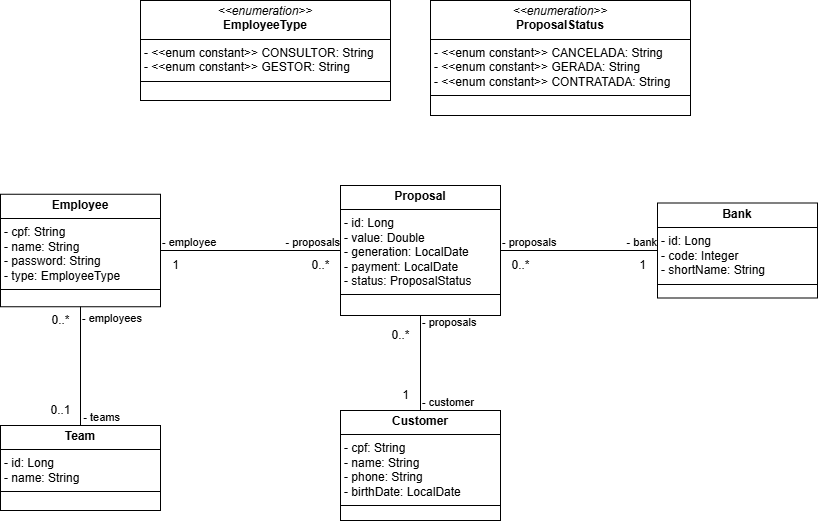
Before: documents/diagrama_de_classe.png, a diagram exported from draw.io (Hilan-CP/JSF-corban-multibancos). Source tidied: cells renumbered, new cells last; positions are measured from the earlier drawing's top-left corner, leaving out a move shared by most shapes.
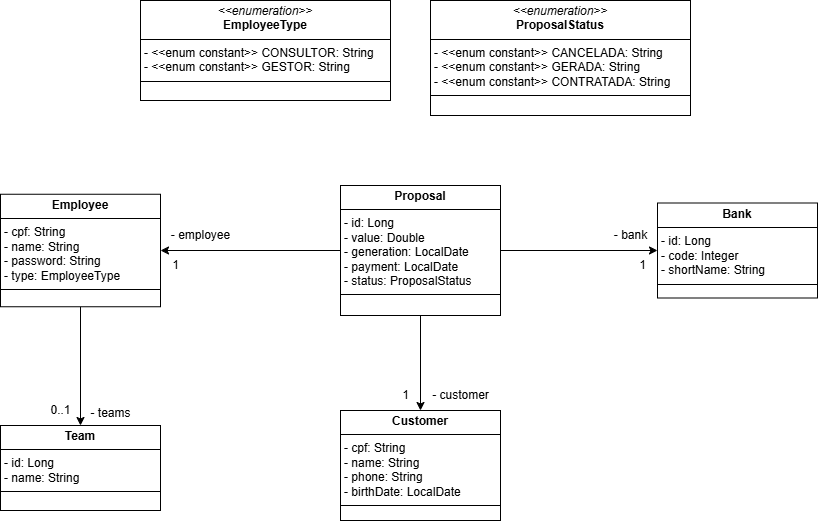
Above is the later version.

Commit message:
Revisão de requisitos e diagramas

Diff of the diagram source:
```diff
@@ -2,6 +2,9 @@
   <root>
     <mxCell id="0" />
     <mxCell id="1" parent="0" />
+    <mxCell id="8" style="edgeStyle=orthogonalEdgeStyle;rounded=0;jettySize=auto;html=1;entryX=0.5;entryY=0;entryDx=0;entryDy=0;" parent="1" edge="1" source="2" target="3">
+      <mxGeometry relative="1" as="geometry" />
+    </mxCell>
     <mxCell id="2" value="&lt;p style=&quot;margin:0px;margin-top:4px;text-align:center;&quot;&gt;&lt;b&gt;Employee&lt;/b&gt;&lt;/p&gt;&lt;hr size=&quot;1&quot; style=&quot;border-style:solid;&quot;&gt;&lt;p style=&quot;margin:0px;margin-left:4px;&quot;&gt;- cpf: String&lt;/p&gt;&lt;p style=&quot;margin:0px;margin-left:4px;&quot;&gt;- name: String&lt;/p&gt;&lt;p style=&quot;margin:0px;margin-left:4px;&quot;&gt;- password: String&lt;/p&gt;&lt;p style=&quot;margin:0px;margin-left:4px;&quot;&gt;- type: EmployeeType&lt;/p&gt;&lt;hr size=&quot;1&quot; style=&quot;border-style:solid;&quot;&gt;&lt;p style=&quot;margin:0px;margin-left:4px;&quot;&gt;&lt;br&gt;&lt;/p&gt;" style="verticalAlign=top;align=left;overflow=fill;html=1;whiteSpace=wrap;" parent="1" vertex="1">
       <mxGeometry y="193.8" width="160" height="112.5" as="geometry" />
     </mxCell>
@@ -14,82 +17,47 @@
     <mxCell id="5" value="&lt;p style=&quot;margin:0px;margin-top:4px;text-align:center;&quot;&gt;&lt;b&gt;Bank&lt;/b&gt;&lt;/p&gt;&lt;hr size=&quot;1&quot; style=&quot;border-style:solid;&quot;&gt;&lt;p style=&quot;margin:0px;margin-left:4px;&quot;&gt;- id: Long&lt;/p&gt;&lt;p style=&quot;margin:0px;margin-left:4px;&quot;&gt;- code: Integer&lt;/p&gt;&lt;p style=&quot;margin:0px;margin-left:4px;&quot;&gt;- shortName: String&lt;/p&gt;&lt;hr size=&quot;1&quot; style=&quot;border-style:solid;&quot;&gt;&lt;p style=&quot;margin:0px;margin-left:4px;&quot;&gt;&lt;br&gt;&lt;/p&gt;" style="verticalAlign=top;align=left;overflow=fill;html=1;whiteSpace=wrap;" parent="1" vertex="1">
       <mxGeometry x="657" y="202.5" width="160" height="95" as="geometry" />
     </mxCell>
+    <mxCell id="17" style="edgeStyle=orthogonalEdgeStyle;rounded=0;jettySize=auto;html=1;entryX=0;entryY=0.5;entryDx=0;entryDy=0;" parent="1" edge="1" source="6" target="5">
+      <mxGeometry relative="1" as="geometry" />
+    </mxCell>
+    <mxCell id="12" style="edgeStyle=orthogonalEdgeStyle;rounded=0;jettySize=auto;html=1;entryX=0.5;entryY=0;entryDx=0;entryDy=0;" parent="1" edge="1" source="6" target="4">
+      <mxGeometry relative="1" as="geometry" />
+    </mxCell>
+    <mxCell id="29" style="edgeStyle=orthogonalEdgeStyle;rounded=0;jettySize=auto;html=1;entryX=1;entryY=0.5;entryDx=0;entryDy=0;" parent="1" edge="1" source="6" target="2">
+      <mxGeometry relative="1" as="geometry" />
+    </mxCell>
     <mxCell id="6" value="&lt;p style=&quot;margin:0px;margin-top:4px;text-align:center;&quot;&gt;&lt;b&gt;Proposal&lt;/b&gt;&lt;/p&gt;&lt;hr size=&quot;1&quot; style=&quot;border-style:solid;&quot;&gt;&lt;p style=&quot;margin:0px;margin-left:4px;&quot;&gt;- id: Long&lt;/p&gt;&lt;p style=&quot;margin:0px;margin-left:4px;&quot;&gt;- value: Double&lt;/p&gt;&lt;p style=&quot;margin:0px;margin-left:4px;&quot;&gt;- generation: LocalDate&lt;/p&gt;&lt;p style=&quot;margin:0px;margin-left:4px;&quot;&gt;- payment: LocalDate&lt;/p&gt;&lt;p style=&quot;margin:0px;margin-left:4px;&quot;&gt;- status: ProposalStatus&lt;/p&gt;&lt;hr size=&quot;1&quot; style=&quot;border-style:solid;&quot;&gt;&lt;p style=&quot;margin:0px;margin-left:4px;&quot;&gt;&lt;br&gt;&lt;/p&gt;" style="verticalAlign=top;align=left;overflow=fill;html=1;whiteSpace=wrap;" parent="1" vertex="1">
       <mxGeometry x="340" y="185" width="160" height="130" as="geometry" />
     </mxCell>
     <mxCell id="7" value="0..1" style="text;html=1;align=center;verticalAlign=middle;strokeColor=none;fillColor=none;" parent="1" vertex="1">
       <mxGeometry x="40" y="395" width="40" height="30" as="geometry" />
     </mxCell>
-    <mxCell id="8" style="endArrow=none;html=1;edgeStyle=orthogonalEdgeStyle;rounded=0;exitX=0.5;exitY=1;exitDx=0;exitDy=0;entryX=0.5;entryY=0;entryDx=0;entryDy=0;" parent="1" edge="1" source="2" target="3">
-      <mxGeometry relative="1" as="geometry" />
-    </mxCell>
-    <mxCell id="9" value="- employees" style="edgeLabel;html=1;align=left;verticalAlign=bottom;" parent="8" vertex="1">
-      <mxGeometry x="-1" relative="1" as="geometry">
-        <mxPoint y="20" as="offset" />
-      </mxGeometry>
-    </mxCell>
-    <mxCell id="10" value="- teams" style="edgeLabel;html=1;align=right;verticalAlign=bottom;" parent="8" vertex="1">
-      <mxGeometry x="1" relative="1" as="geometry">
-        <mxPoint x="40" as="offset" />
-      </mxGeometry>
-    </mxCell>
-    <mxCell id="11" value="0..*" style="text;html=1;align=center;verticalAlign=middle;strokeColor=none;fillColor=none;" parent="1" vertex="1">
-      <mxGeometry x="40" y="305" width="40" height="30" as="geometry" />
-    </mxCell>
-    <mxCell id="12" style="endArrow=none;html=1;edgeStyle=orthogonalEdgeStyle;rounded=0;entryX=0.5;entryY=0;entryDx=0;entryDy=0;exitX=0.5;exitY=1;exitDx=0;exitDy=0;" parent="1" edge="1" source="6" target="4">
-      <mxGeometry relative="1" as="geometry" />
-    </mxCell>
-    <mxCell id="13" value="- proposals" style="edgeLabel;html=1;align=left;verticalAlign=bottom;" parent="12" vertex="1">
-      <mxGeometry x="-1" relative="1" as="geometry">
-        <mxPoint y="15" as="offset" />
-      </mxGeometry>
-    </mxCell>
-    <mxCell id="14" value="- customer" style="edgeLabel;html=1;align=right;verticalAlign=bottom;" parent="12" vertex="1">
-      <mxGeometry x="1" relative="1" as="geometry">
-        <mxPoint x="54" as="offset" />
-      </mxGeometry>
-    </mxCell>
     <mxCell id="15" value="1" style="text;html=1;align=center;verticalAlign=middle;strokeColor=none;fillColor=none;" parent="1" vertex="1">
       <mxGeometry x="390" y="380" width="30" height="30" as="geometry" />
     </mxCell>
-    <mxCell id="16" value="0..*" style="text;html=1;align=center;verticalAlign=middle;strokeColor=none;fillColor=none;" parent="1" vertex="1">
-      <mxGeometry x="380" y="320" width="40" height="30" as="geometry" />
-    </mxCell>
-    <mxCell id="17" style="endArrow=none;html=1;edgeStyle=orthogonalEdgeStyle;rounded=0;entryX=0;entryY=0.5;entryDx=0;entryDy=0;exitX=1;exitY=0.5;exitDx=0;exitDy=0;" parent="1" edge="1" source="6" target="5">
-      <mxGeometry relative="1" as="geometry" />
-    </mxCell>
-    <mxCell id="18" value="- proposals" style="edgeLabel;html=1;align=left;verticalAlign=bottom;" parent="17" vertex="1">
-      <mxGeometry x="-1" relative="1" as="geometry" />
-    </mxCell>
-    <mxCell id="19" value="- bank" style="edgeLabel;html=1;align=right;verticalAlign=bottom;" parent="17" vertex="1">
-      <mxGeometry x="1" relative="1" as="geometry" />
-    </mxCell>
     <mxCell id="20" value="1" style="text;html=1;align=center;verticalAlign=middle;strokeColor=none;fillColor=none;" parent="1" vertex="1">
       <mxGeometry x="627" y="250" width="30" height="30" as="geometry" />
     </mxCell>
-    <mxCell id="21" value="0..*" style="text;html=1;align=center;verticalAlign=middle;strokeColor=none;fillColor=none;" parent="1" vertex="1">
-      <mxGeometry x="500" y="250" width="40" height="30" as="geometry" />
-    </mxCell>
-    <mxCell id="22" style="endArrow=none;html=1;edgeStyle=orthogonalEdgeStyle;rounded=0;exitX=1;exitY=0.5;exitDx=0;exitDy=0;entryX=0;entryY=0.5;entryDx=0;entryDy=0;" parent="1" edge="1" source="2" target="6">
-      <mxGeometry relative="1" as="geometry" />
-    </mxCell>
-    <mxCell id="23" value="- employee" style="edgeLabel;html=1;align=left;verticalAlign=bottom;" parent="22" vertex="1">
-      <mxGeometry x="-1" relative="1" as="geometry" />
-    </mxCell>
-    <mxCell id="24" value="- proposals" style="edgeLabel;html=1;align=right;verticalAlign=bottom;" parent="22" vertex="1">
-      <mxGeometry x="1" relative="1" as="geometry" />
-    </mxCell>
     <mxCell id="25" value="1" style="text;html=1;align=center;verticalAlign=middle;strokeColor=none;fillColor=none;" parent="1" vertex="1">
       <mxGeometry x="160" y="250" width="30" height="30" as="geometry" />
     </mxCell>
-    <mxCell id="26" value="0..*" style="text;html=1;align=center;verticalAlign=middle;strokeColor=none;fillColor=none;" parent="1" vertex="1">
-      <mxGeometry x="300" y="250" width="40" height="30" as="geometry" />
-    </mxCell>
     <mxCell id="27" value="&lt;p style=&quot;margin:0px;margin-top:4px;text-align:center;&quot;&gt;&lt;i&gt;&amp;lt;&amp;lt;enumeration&amp;gt;&amp;gt;&lt;/i&gt;&lt;br&gt;&lt;b&gt;EmployeeType&lt;/b&gt;&lt;/p&gt;&lt;hr size=&quot;1&quot; style=&quot;border-style:solid;&quot;&gt;&lt;p style=&quot;margin:0px;margin-left:4px;&quot;&gt;- &amp;lt;&amp;lt;enum constant&amp;gt;&amp;gt; CONSULTOR: String&lt;br&gt;- &amp;lt;&amp;lt;enum constant&amp;gt;&amp;gt; GESTOR:&amp;nbsp;&lt;span style=&quot;background-color: initial;&quot;&gt;String&lt;/span&gt;&lt;/p&gt;&lt;hr size=&quot;1&quot; style=&quot;border-style:solid;&quot;&gt;&lt;p style=&quot;margin:0px;margin-left:4px;&quot;&gt;&lt;br&gt;&lt;/p&gt;" style="verticalAlign=top;align=left;overflow=fill;html=1;whiteSpace=wrap;" parent="1" vertex="1">
       <mxGeometry x="140" width="250" height="100" as="geometry" />
     </mxCell>
     <mxCell id="28" value="&lt;p style=&quot;margin:0px;margin-top:4px;text-align:center;&quot;&gt;&lt;i&gt;&amp;lt;&amp;lt;enumeration&amp;gt;&amp;gt;&lt;/i&gt;&lt;br&gt;&lt;b&gt;ProposalStatus&lt;/b&gt;&lt;/p&gt;&lt;hr size=&quot;1&quot; style=&quot;border-style:solid;&quot;&gt;&lt;p style=&quot;margin:0px;margin-left:4px;&quot;&gt;- &amp;lt;&amp;lt;enum constant&amp;gt;&amp;gt; CANCELADA: String&lt;br&gt;-&amp;nbsp;&lt;span style=&quot;background-color: initial;&quot;&gt;&amp;lt;&amp;lt;enum constant&amp;gt;&amp;gt; GERADA:&amp;nbsp;&lt;/span&gt;&lt;span style=&quot;background-color: initial;&quot;&gt;String&lt;/span&gt;&lt;/p&gt;&lt;p style=&quot;margin:0px;margin-left:4px;&quot;&gt;&lt;span style=&quot;background-color: initial;&quot;&gt;-&amp;nbsp;&lt;/span&gt;&lt;span style=&quot;background-color: initial;&quot;&gt;&amp;lt;&amp;lt;enum constant&amp;gt;&amp;gt; CONTRATADA:&amp;nbsp;&lt;/span&gt;&lt;span style=&quot;background-color: initial;&quot;&gt;String&lt;/span&gt;&lt;/p&gt;&lt;hr size=&quot;1&quot; style=&quot;border-style:solid;&quot;&gt;&lt;p style=&quot;margin:0px;margin-left:4px;&quot;&gt;&lt;br&gt;&lt;/p&gt;" style="verticalAlign=top;align=left;overflow=fill;html=1;whiteSpace=wrap;" parent="1" vertex="1">
       <mxGeometry x="430" width="260" height="115" as="geometry" />
     </mxCell>
+    <mxCell id="10" value="- teams" style="text;html=1;align=center;verticalAlign=middle;strokeColor=none;fillColor=none;fontSize=12;" parent="1" vertex="1">
+      <mxGeometry x="80" y="398" width="60" height="30" as="geometry" />
+    </mxCell>
+    <mxCell id="19" value="-&amp;nbsp;&lt;span style=&quot;background-color: transparent; color: light-dark(rgb(0, 0, 0), rgb(255, 255, 255));&quot;&gt;bank&lt;/span&gt;" style="text;html=1;align=center;verticalAlign=middle;strokeColor=none;fillColor=none;" parent="1" vertex="1">
+      <mxGeometry x="600" y="220" width="60" height="30" as="geometry" />
+    </mxCell>
+    <mxCell id="14" value="- customer" style="text;html=1;align=center;verticalAlign=middle;strokeColor=none;fillColor=none;" parent="1" vertex="1">
+      <mxGeometry x="420" y="380" width="80" height="30" as="geometry" />
+    </mxCell>
+    <mxCell id="23" value="- employee" style="text;html=1;align=center;verticalAlign=middle;strokeColor=none;fillColor=none;" parent="1" vertex="1">
+      <mxGeometry x="160" y="220" width="80" height="30" as="geometry" />
+    </mxCell>
   </root>
 </mxGraphModel>
```
